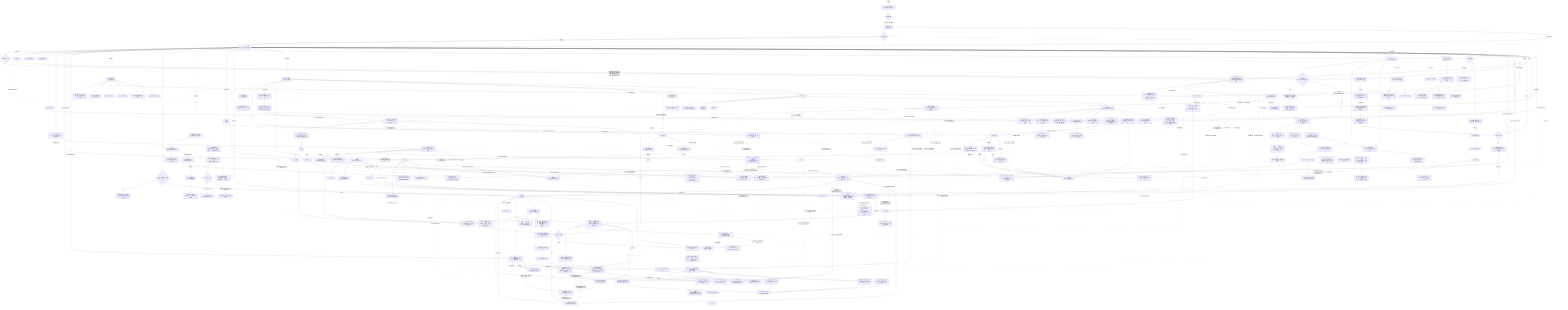
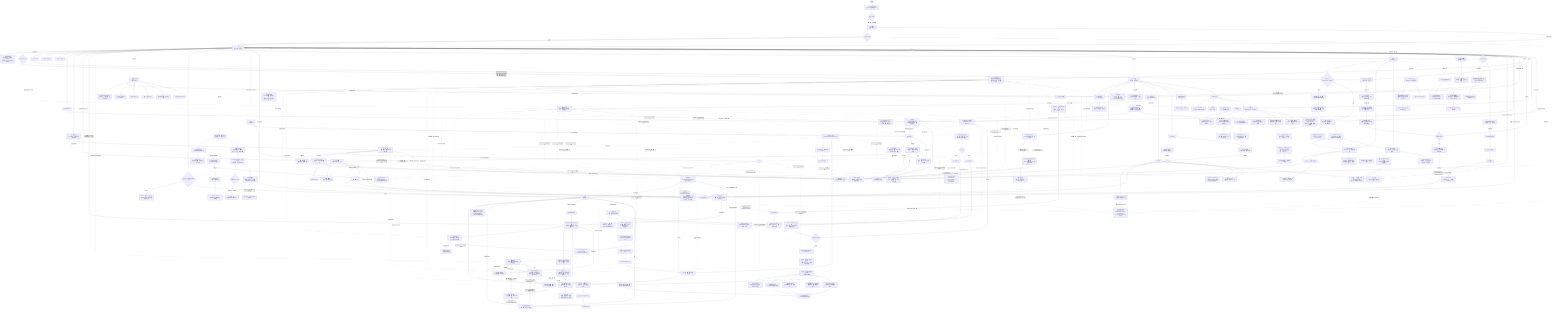
flowchart TD
+     %% Visual source of truth: docs/design/WeatherON_UI_Design_Spec.md
+     %% If this flowchart conflicts with mockups or the integrated design spec, follow the mockup/spec.
    A([앱 실행]) --> LANG["기기 언어 자동 적용<br/>ko/ja/en 지원 · 미지원 시 en"]
    LANG --> B{최초 실행 여부}
    B -->|최초 실행| SPLASH["A1 스플래시<br/>브랜드 1회 노출"]
    SPLASH --> TOKEN{유효 계정 토큰?}
    TOKEN -->|없음| D["홈<br/>(Guest 모드 · 하단 탭)"]
    TOKEN -->|있음| D
    TOKEN -.->|계정·권한·구독 복원| SESSION["SESSION STATE<br/>accountLinked · permissionReady · locationReady · premiumActive"]
    TOKEN -.->|설정 복원| SETTINGS["SETTINGS STATE<br/>styleProfileSaved · selectedStyles · fit · age · locationManaged<br/>smartCareEnabled · alert toggles"]
    SPLASH -->|프리뷰 홈 이동| D
+     D --> NAV3["현재 런치 표면<br/>하단 탭 H1 홈 · G1 출발 · M1 MY<br/>확장 라우트는 구현 보존 · 런치 숨김"]
    D --> AUTHGATE{계정 필요 기능 탭?}
    AUTHGATE -->|계정 연결·코디 저장·옷장 저장·장소 저장·알림 추가·여행 저장·프리미엄·Weather Note 작성·날씨 제보 저장| AUTH2["A2 계정 연결<br/>계정 환경 기반 자동추천<br/>국가 선택 미노출 · 다른 방법 보기"]
    AUTH2 --> AUTH2s["계정 연결 상태<br/>(Route State에 호출 액션 유지<br/>검증용 정보는 실제 UI 비노출)"]
    AUTH2 -->|로그인 수단 선택| AUTH3["A3 약관 동의<br/>(필수 3종 + 선택 1종)"]
    AUTH2 -->|나중에| D
    AUTH3 -->|동의하고 계속| AUTH3s["계정 설정 완료<br/>(필수 약관 완료 · 원래 기능 복귀 예정)"]
    AUTH3 -->|일반 계정 연결 완료| D
    AUTH3s -.->|accountLinked 유지| SESSION
    AUTH3s -.->|실제 구현 원래 액션 복귀| AUTHGATE
    AUTH3s -.->|pendingAction=프리미엄 진입| SUB
    AUTH3s -.->|returnTo=P1 · resumeSave| P1s
    D -->|선택 온보딩| C[온보딩 시작]
    C --> CSTART["O1 선택 온보딩 스플래시<br/>(온보딩 시작 / 홈으로)"]
    CSTART -->|온보딩 시작| C0["온보딩 소개<br/>(4대 기능 한눈 비교 + 기능별 상세 안내)"]
    CSTART -->|홈으로| D
    C0 -->|알림 기준 보기| C4
    C2["O3 권한 복구<br/>(설정 진입 시 필요한 권한만 재요청)"]
    C2 -->|허용 또는 나중에 설정| C2s
    C2 -->|위치 거부| C1d["위치 거부 상태<br/>검색 위치·앱 내 안내 유지"]
    C2 -->|알림 거부| C2d["알림 거부 상태<br/>푸시 제한 · M2/M3에서 재요청"]
    C2s -.->|locationReady · permissionReady 유지| SESSION
    C2s -.->|기능별 권한 복구 완료| AUTH3s
    C3["스타일 태그·코디 핏·추천 연령대 선택<br/>(MVP 온보딩 제외 · MY 설정 진입 전용)"]
    C3 --> C3s["추천 기준 상태<br/>(태그 수 · 핏 · 연령대 · READY/WAIT)"]
    C3s -.->|styleProfileSaved · selectedStyles · fit · age| SETTINGS
    C4["O5 스마트 알림 기준 설정<br/>(주 사용 상황 1개 선택 + 자동 적용 요약)"]
    C4 --> C4s["알아서 챙기기 상태<br/>(상황 · 필수 날씨 ON · 목적지 확장 예정)"]
    C4s --> C5{목적지 등록 선택}
    C5 -->|건너뛰기| D
    C5 -->|등록| C6["O6 목적지 등록<br/>(선택 설정 + 목적지 알림 기준 세분화)"]
    C6 -->|목적지 등록| I
    B -->|기존 사용자| SPLASH

    D --> D1[현재 날씨 정보 표시]
    D --> D2["시간별 / 주간 예보"]
    D --> D3[위치 검색 · 변경]
    D3 --> D3s["LOCATION STATE<br/>선택 위치 · 검색어 · Guest 임시 검색 · 계정 저장 상태"]
    D3s -.->|새 위치 저장| AUTH2
    AUTH3s -.->|returnTo=H2 · 위치 저장 완료| D3s
    D3s --> D
    D --> D0s["홈 상태 요약<br/>(Guest 열람 · 위치 정상 · 알림 설정 전)"]
    D0s -->|알림 설정 전 탭| C2
    D -->|홈 코디 추천 카드 탭| E1
-     D -->|홈 AI 장소 추천 카드 탭| P3
+     D -->|홈 목적지 quick-action<br/>목적지 있음 G2 · 없음 P1| P1
+     D -.->|목적지 허브 확장 · 런치 숨김| P3
    D -.->|벨 아이콘| K["알림 사이드바<br/>(우측 슬라이드)"]
    K --> Ks["NOTIFICATION STATE<br/>선택 알림 · 읽음/미읽음 · 딥링크 대상"]
    K -->|우산 추천 알림 탭| F

    D --> D4{강수 확률 높음?}
    D4 -->|예 + 미확인| D5["홈 화면에 우산 추천 카드 표시<br/>(실시간 의사결정 카드)"]
    D5 --> D5a["우산 추천 푸시/알림 이력<br/>(H3에 보관)"]
    D5 -->|카드 탭 · umbrellaSignalReviewed| F[우산 추천 상세 화면]
    F --> F1["추천 이유 · 시간대별 강수확률<br/>(강수량 · 지속시간 · 풍속 기준)"]
    F1 --> F2[우산 종류 비교]
    F2 --> Fs["UMBRELLA STATE<br/>추천 우산 · 강수 시간 · 알림 설정 전/준비"]
    F2 -.->|알림 설정 바로가기<br/>returnTo=H4 · alertFocus=umbrella| M2b
    M2b -.->|뒤로 · 알림 준비 반영| F2
    F -.->|열람 후 홈 복귀| D5b["홈 우산 카드는 숨김<br/>H3 알림 이력은 유지"]
    D5b --> D
    D4 -->|아니오| D

    D4 -->|예| D4a["강수 임박 필수 알림 발송<br/>(시작 시각 · 강도 · 그칠 시각)"]
    D4a -->|푸시알림 탭| D4b[강수 타임라인 화면]
    D4b --> D4c["30분 단위 강수량 차트"]
    D4c --> D4d[외출 가이드]
    D4d --> D4s["RAIN STATE<br/>시작/종료 시각 · 그침 알림 ON/OFF"]
    D4d -.->|알림 설정 바로가기<br/>returnTo=H5 · alertFocus=rain| M2c
    M2c -.->|뒤로 · 그침 알림 준비 반영| D4d

    D --> D6{알림 발송 시 목적지 등록 여부}
    D6 -->|미등록| D6a["Mode A: 생활 루틴 통합 알림<br/>(출근/외출 준비 + 자기 전 체크 자동 발송)"]
    D6 -->|등록함| I

    K --> K1["오늘의 외출 준비 알림<br/>(Mode A/B)"]
    K --> K2[비 예보 사전 알림]
    K --> K3["출발 · 신발 추천 알림"]
    K --> K4["자기 전 내일 날씨·코디 확인 알림"]
    K --> K5["폭염·한파·강풍 특보 알림"]

    D -.->|제보 버튼| CWR["커뮤니티 날씨 제보 CWR<br/>(홈 화면 · v2.0 · 독립 기능)"]
    CWR --> W1["W1 날씨 제보 홈<br/>(주변 제보 카드 · 보조 CTA)"]
    W1 --> W1s["CWR STATE<br/>미확정 주변 제보 · 상세 확인 · W2 진입"]
    W1 -->|지금 날씨 제보하기| W2["W2 탭 제보 화면<br/>(날씨 선택 · GPS 자동)"]
    W2 --> W2s["REPORT STATE<br/>선택 대기 · 위치 권한 · Guest/계정 제보 · 완료 처리"]
    W2s -.->|위치 권한 필요 · pendingAction=날씨 제보 저장| C2
    W2s -.->|배지/이력 저장| AUTH2
    C2s -.->|returnTo=W2 · GPS 제보 준비| W2s
    AUTH3s -.->|returnTo=W2 · 배지/이력 반영| W2s
    W2 -->|제보하기| W3["W3 제보 완료<br/>(신뢰도 · 배지 갱신)"]
    W3 --> W3s["BADGE STATE<br/>확정 제보 · 홈 오버레이 · 기여 레벨"]
    M --> W4["W4 제보 이력<br/>(MY · 반영 리포트)"]
    W4 --> W4s["HISTORY STATE<br/>제보 기록 · 확정률 · 지역 랭킹"]
    CWR --> CWR1["현재 날씨 선택<br/>☀ 맑음 · ⛅ 흐림 · 🌧 비 · 🌨 눈 · 💨 강풍 · 🌩 천둥번개"]
    CWR1 --> CWR2["GPS 위치 자동 감지 → 제보 완료<br/>(3초 이내 · 자동 만료 60분)"]
    CWR2 --> CWR3{신뢰도 검증 알고리즘}
    CWR3 -->|반경 500m · 3건 미만| CWR4["소프트 표시<br/>'주변 N명이 날씨 제보 중 👀'"]
    CWR3 -->|반경 500m · 3건 이상 + 기상청 정합| CWR5["확정 제보 → 홈 화면 오버레이 표시"]
    CWR2 --> CWR6["기여 배지 업데이트<br/>(새싹 → 관측자 → 리포터 → 동네 관측왕 → 날씨 도우미)"]

-     D -->|하단 코디 탭| E["코디<br/>(하단 탭)"]
+     D -.->|코디 보조 흐름 · 런치 숨김| E["코디<br/>(확장 화면)"]
    E -->|내 옷장 관리 탭| E0[내 옷장 관리]
    E0 --> E0s["옷장 상태<br/>(아이템 수 · 필터 · Guest/계정 저장 상태 · 옷 추가)"]
    E0s -->|추천으로 복귀| E1
    E0 -->|+ 옷 등록| E0a["옷 등록<br/>(사진 · 카테고리 필수)"]
    E0 -.->|Guest 옷 추가·수정| AUTH2
    E0a --> E0a1["등록 상태<br/>(사진 선택 · 카테고리 · Guest/계정 저장 상태 · 저장 가능/대기)"]
    E0a1 -.->|Guest 옷 저장| AUTH2
    AUTH3s -.->|returnTo=C3 · 옷 저장 완료| E0a1
    E0a1 -->|저장 완료 후 옷장 복귀| E0
    E0 -->|아이템 탭| E0b["옷 목록 · 수정 · 삭제<br/>(수정은 C3 패턴 · 삭제 후 재계산)"]
    E0b -->|수정| E0a
    E0b -->|삭제| E0c
    E0 -->|등록 옷 없음| E0c["옷장 빈 상태<br/>(첫 옷 등록 CTA + 기본 룰 추천 안내)"]
    E0c --> E0a
    E --> E1["AI 코디 추천<br/>(날씨 근거형 Style Card)"]
    E1 --> E1s["추천 기준 상태<br/>(옷장 매칭 · 스타일 기준 · 저장 계정 필요)"]
    E1s -->|기준 수정 · returnTo=C1| C3
    C3 -.->|returnTo=C1 · styleProfileSaved| E1s
    E1s -.->|저장 계정 필요| AUTH2
    AUTH3s -.->|returnTo=C1 · 코디 저장 완료| E1s
    E1 --> E1a[추천 이유 설명]
    E1 --> E1b["대화형 재추천<br/>(채팅으로 스타일 요청)"]
    E1 -->|셔플 · outfitVariant 토글| E1s
    E1s -->|홈 복귀 · outfitVariant 유지| D
    E1 -->|코디 카드·상세 보기 탭| E2[코디 상세 보기]
    E2 -->|뒤로| E1
    E2 --> E2s["상세 상태<br/>(실제 의류 Outfit Hero · 시간대 착용 판단 · 재추천 반영 · 저장 전 · 공유 준비)"]
    E2s -->|C1 복귀 · outfitVariant 전달| E1
    E2s -->|홈 복귀 · outfitVariant 유지| D
    E2s -.->|저장 계정 필요| AUTH2
    E2 --> E3[코디 저장 / 공유]
    E3 -.->|계정 미연결 시 저장 탭| AUTH2
    AUTH3s -.->|returnTo=C4 · 코디 저장 완료| E2s

    D -->|하단 출발 탭| I["출발<br/>(하단 탭)"]
    I --> I0["오늘 알아서 챙기는 중<br/>(저장 목적지 요약 + 출발/신발/우산)"]
+     I --> I0e["목적지 없음 empty state<br/>목적지 추가 CTA + 출발 시간 · 비 그침 이점 카드<br/>장식은 낮은 대비로 보조"]
    I0 --> I0s["출발 상태<br/>(목적지 수 · 케어 ON 수 · 케어 적용 범위 · G2/P1 연결)"]
    I -->|목적지 카드 탭| G2["G2 목적지 알림 상세<br/>(날씨 비교 + 출발시간 역산)"]
    G2 -->|뒤로| I
    G2 --> G2s["케어 상태<br/>(GUEST/PERM/READY/ON + 다음 알림 요약)"]
    G2s -->|G1 목록으로| I
    G2s -->|알림 설정<br/>returnTo=G2 · alertFocus=destination| M2b
    G2s -.->|Guest 케어 ON · returnTo=G2| AUTH2
    G2s -.->|알림 권한 확인 · returnTo=G2| C2
    AUTH3s -.->|returnTo=G2 · destination 유지| G2s
    C2s -.->|returnTo=G2 · resumeCare| G2s
    M2b -.->|뒤로 · 목적지 컨텍스트 유지| G2s
    G2s -->|ON 저장| I4
    G2s -.->|공유 케어 상태 반영| I0
    I -->|검색창·+ 목적지 추가| I1[목적지 검색 · 추가]
    I1 --> P1["목적지 입력 · 카테고리 자동 인식<br/>(회사/학교/공항/숙소 + 장소 카테고리)"]
    P1 --> P1s["추가 상태<br/>(검색 결과 수 · 선택됨 · Guest/계정 저장 상태)"]
    P1s -->|검색 결과 없음| P1e["검색 없음 상태<br/>(전체 보기 · 재검색)"]
    P1s -.->|Guest 영구 저장| AUTH2
    P1s -->|계정 연결 후 목적지 알림에 추가| P1save["Saved Destination List<br/>(G1/P3 공통 목록 + Destination Care State ON)"]
    P1save --> I
    P1save -.-> P3
    P1 --> I2["출발지 vs 목적지 날씨 비교<br/>(기온 · 날씨 · 바람 · 강수 차이)"]
    I2 --> I3["출발시간 역산<br/>(이동수단 선택 + 도착 희망 직접 입력 − 소요시간 − 자동 여유시간)"]
    I3 --> I4["Mode B: 목적지 알림<br/>(출발 · 신발 · 우산 알림 자동 조정)"]
    I4 --> I5["출발 10분 전 신발 추천 알림"]
    I5 --> I6[출발 시각 알림]
    P1 --> P2["카테고리 전용 준비 가이드<br/>(등록 목적지 기반 확장)"]
    P2 --> P2s["준비 가이드 상태<br/>(등록 목적지 기준 · G2/P3 연결)"]
    P2s -->|목적지 알림 보기 · selectedDestination 유지| G2
    P2s -->|다른 목적지 보기 · 필터 목록 복귀| P3
-     I --> P3["목적지 필터<br/>(카테고리별 목적지 알림/준비 가이드)"]
+     I -.->|런치 숨김 · 확장 허브| P3["목적지 필터<br/>(카테고리별 목적지 알림/준비 가이드)"]
    P3 -->|필터 결과 없음| P3e["빈 카테고리 상태<br/>(목적지 추가 · 전체 보기)"]
    P3e -->|목적지 추가| P1
    P3e -->|전체 보기| P3
    P3 -->|목적지 카드 탭| P3a["목적지 상세 상태<br/>(날씨 비교 + 준비 가이드 + 계정/권한 gate + 목적지 알림 ON/OFF)"]
    P3a -->|선택 목적지·상태 유지해 준비 가이드 보기| P2
    P3a -->|선택 목적지·상태 유지해 출발 케어 상세| G2
    P3a -.->|Guest 케어 저장| AUTH2
    P3a -.->|알림 권한 확인| C2
    AUTH3s -.->|returnTo=P3 · 선택 목적지 유지| P3a
    C2s -.->|returnTo=P3 · 권한 상태 반영| P3a
    P3a -->|뒤로| P3
    P3a -->|ON 저장| I4
    P3a -.->|공유 케어 상태 반영| I0

-     I --> I7["G3 여행 일정<br/>(출발 탭 내 · 여행 플래너)"]
+     I -.->|런치 숨김 · 확장| I7["G3 여행 일정<br/>(출발 탭 내 · 여행 플래너)"]
    I7 --> I7s["여행 플래너 상태<br/>(프리미엄 활성 · 공유 준비 · 미구독 시 G6)"]
    I7s -.->|미구독 CTA · returnTo=G3| SUB
    SUB -.->|returnTo=G3 · 공유/일정 액션 계속| I7s
    I7 --> I7s1["Scenario 1 · 일상 이동<br/>대중교통 + 도보 혼합 → Mode A/B 알아서 챙기기"]
    I7 --> I7s2["Scenario 2 · 당일·단기 도보<br/>코스 날씨 타임라인 + WCI + 최적 출발 시점<br/>(무료 제공)"]
    I7 --> I7s3["Scenario 3 · 장거리 국토종주<br/>서울→부산, 도쿄→오사카 등<br/>(프리미엄 전용)"]

    I7s2 --> G4C["G4 도보여행 코스 선택<br/>(한국 코스 DB : 올레길·둘레길 등)"]
    G4C --> G4T["구간별 시간대 날씨 타임라인 (F2)"]
    G4T --> G4W["도보 컨디션 지수 WCI (F3)"]
    G4W --> G4O["날씨 창 + 최적 출발 시점 추천 (F4)"]
    G4O --> G4S["COURSE STATE<br/>(GUEST/PERM/READY/LIMIT/ON)"]
    G4S -.->|Guest 코스 저장| AUTH2
    G4S -.->|알림 권한 확인| C2
    G4S -.->|무료 2개 초과| SUB
    AUTH3s -.->|returnTo=G4 · 선택 코스 유지| G4S
    C2s -.->|returnTo=G4 · 권한 상태 반영| G4S
    SUB -.->|returnTo=G4 · 프리미엄 활성| G4S
    G4S --> G4M["코스 저장 + D-7 날씨 모니터링 (F5)"]
    G4M -.-> G4R["위험 기상 경보 (F6)"]

    I7s3 --> AI_GATE{프리미엄 구독 여부}
    AI_GATE -->|미구독| SUB["G6 프리미엄 구독 페이월<br/>월간 ₩2,900 / 연간 ₩19,900"]
    SUB --> SUB1["깊이 분리 모델 안내<br/>(기능 동일 · 무료=기본 · 프리미엄=한도 확대+개인화)"]
    SUB1 --> SUB2{구독 선택}
    SUB2 -->|월간| SUB3[월간 결제 완료]
    SUB2 -->|연간| SUB4[연간 결제 완료]
    SUB3 -.->|premiumActive 유지| SESSION
    SUB4 -.->|premiumActive 유지| SESSION
    SUB3 --> I7s3
    SUB4 --> I7s3

    AI_GATE -->|구독 중| AI1["G5 국토종주 AI 플래너 (F8 · Premium)"]
    AI1 --> AI2["출발지 → 목적지 + 여행 일수 입력<br/>(서울→부산, 도쿄→오사카 등 자유 설정)"]
    AI2 --> AI3["AI 모델 — 구간별·일자별 날씨 분석<br/>(최대 14일 예보)"]
    AI3 --> AI3s["AI PLAN STATE<br/>(프리미엄 활성 · 알림 권한 · 저장/공유 상태)"]
    AI3 --> AI4["날짜별 날씨 요약<br/>기온·강수확률·체감온도·바람"]
    AI3 --> AI5["일자별 코디 추천<br/>기온 레이어링 + 우산 필요 여부"]
    AI3 --> AI6["전체 짐 체크리스트 자동 생성<br/>방수 장비·옷 조합·보조 배터리 등"]
    AI3 --> AI7["날씨 악화 구간 경보<br/>일정 조정 또는 대피 숙박지 제안"]
    AI3 --> AI8["예보 업데이트 시 재분석 알림<br/>(여정 중 기상 변화 즉시 반영)"]
    AI8 -.->|권한 전 · returnTo=G5| C2
    C2s -.->|returnTo=G5 · AI 플랜 알림/저장 계속| AI1
    AI4 & AI5 & AI6 & AI7 & AI8 --> AI9["AI 플랜 저장 · 공유<br/>(SAVED/SHARED 상태)"]

    D -->|하단 MY 탭| M["M1 MY 메인<br/>(하단 탭 · 설정 허브)"]
-     D -->|하단 소셜 탭| S["소셜<br/>(하단 탭 · ON Square)"]
+     D -.->|소셜 확장 · 런치 숨김| S["소셜<br/>(ON Square)"]
    M --> M0["PROFILE STATE<br/>Guest/계정 연결 · 플랜 · 최근 선택"]
+     M --> MTONE["MY 상태 톤<br/>blocking=확인 · non-blocking=설정/정보<br/>Gold는 ON/활성/CTA 중심"]
    M0 -.->|Guest 계정 필요 액션| AUTH2
    M0 -->|스타일 태그 설정 · returnTo=M1| C3
    C3 -.->|returnTo=M1 · styleProfileSaved| M0
    M -->|프로필 편집| A4m["A4 계정 관리<br/>(연결 계정 · 데이터 · 위험 액션)"]
    A4m --> A4s["ACCOUNT STATE<br/>연결 계정 · 구독 활성 · 데이터 내보내기 · 위험 액션 확인"]
    A4s -->|구독 관리 · returnTo=A4| SUB
    A4s -->|로그아웃/탈퇴 확정| SIGNOUT["SESSION STATE 해제<br/>accountLinked=false · premiumActive=false<br/>계정 기반 저장/케어 데이터 초기화"]
    SIGNOUT -->|Guest 홈 복귀| D
    M --> M2[알림 설정]
    M2 --> M2a["스마트 알림 ON/OFF<br/>(권한 · 발송 상태 태그 2개)"]
    M2 --> M2q["빠른 액션<br/>(권한 관리 · 테스트 알림)"]
    M2 --> M2b["알림 종류 3행<br/>(필수 날씨 · 생활 루틴 · 목적지 출발)"]
    M2 --> M2c["고급 설정<br/>(세부 토글 · 피로도 제한 접힘)"]
    M2a & M2b & M2c -.->|스마트 알림/고급 토글 유지| SETTINGS
    M2 --> M2x["SHORTCUT CONTEXT<br/>(H4/H5/G2 진입 시 우산·비·목적지 알림 맥락 표시)"]
    M2q -->|권한 관리 · returnTo=M2| C2
    C2s -.->|returnTo=M2 · 알림 설정 복귀| M2q
    M2b -->|목적지 미등록| P1
    M2b -.->|목적지 저장/발송은 계정 필요| AUTH2
    AUTH3s -.->|returnTo=M2 · 알림 설정 복귀| M2b
    M --> M4["앱 권한 관리"]
    M4 --> M4a["위치 권한 상태<br/>(현재 위치 · 수동 위치)"]
    M4 --> M4b["알림 권한 상태<br/>(스마트 알림 · 테스트 알림)"]
    M4a -->|위치 변경| H2
    M4b -->|알림 설정| M2
    SUB -.->|returnTo=M1/A4 · premiumActive| M0
    M2 --> M2e["제보 알림 구독<br/>(저장 장소 · Premium · v2.0)"]
    M --> M5["커뮤니티 제보 이력<br/>(F6 · v2.1)"]
    M5 --> M5a["제보 기록 · 확정률 · 지역 랭킹"]
    M --> Z["M3 표시 설정"]
    Z --> Zs["DISPLAY STATE<br/>온도 · 거리 · 테마 · 투명 효과"]
    Z --> Z1["단위 설정<br/>(섭씨, m/km)"]
    Z --> Z3[테마 설정]
    Z --> R1["R1 정책 허브<br/>(개인정보 · 약관 · 광고 설정)"]
    R1 --> R1s["POLICY STATE<br/>선택 정책 · 문서 허브 · 설정 재진입"]
    R1 --> R2["R2 개인정보처리방침<br/>(광고 SDK · 위치정보 · 이용자 권리)"]
    R2 --> R2s["DOCUMENT STATE<br/>문서 타입 · 섹션 수 · A3 약관 동일 본문"]
    R1 --> R3["R3 광고 동의 관리<br/>(UMP · 맞춤/비개인화 광고)"]
    R3 --> R3s["CONSENT STATE<br/>동의 대기 · 맞춤 광고 · 비개인화 · 옵션 확인"]
    R1 --> R5["R5 이용약관<br/>(서비스 범위 · 회원/게스트 · 면책)"]
    R1 --> R6["R6 위치기반서비스 이용약관<br/>(현재 위치 · 목적지 · 동의 철회)"]
    R1 --> R7["R7 오픈소스 라이선스<br/>(SDK · 패키지 라이선스 고지)"]
    D --> R4["R4 홈 광고 배치<br/>(네이티브 AD 슬롯)"]
    R4 --> R4s["AD STATE<br/>AD 라벨 · 구분선 · 클릭/노출 상태"]

-     %% ── 소셜 탭 · ON Square ──────────────────────────────────────────────────
+     %% ── 소셜 확장 · ON Square (런치 숨김) ─────────────────────────────────────
    S --> S0{최초 진입?<br/>ON Square Lite · 런칭 동시}
    S0 -->|최초| S0a["대표 마스코트 자동 부여<br/>원소 컴패니언 6종 미리보기"]
    S0a --> S0s["ON SQUARE STATE<br/>최초 진입 · 대표 부여 · 선택 컴패니언 미리보기"]
    S0s --> S1
    S0 -->|기존| S1["내 ON Square<br/>(오늘 미션 · 대표 마스코트 · 동행 컴패니언)"]
    S1 --> S1q["오늘의 날씨 미션<br/>체크인 · 제보 · 공감 중 1개 추천"]
    S1 --> S1m["대표 마스코트 상태 합성<br/>Base Idle + Weather + Event One-shot"]
    S1q --> S1a["1탭 체크인 → 컴패니언 반응 · XP/포인트 즉시 반영<br/>(폭우 → Rain / 35°C↑ → Solar 등)"]
    S1 --> S1s["SQUARE STATE<br/>오늘 미션 · 체크인 · 동네 도움 지표 · Note/리액션 진입"]
    S1a --> S1b["희귀 기상 이벤트 → 레어 배지 드랍"]

    S --> S2["Weather Note 지도<br/>(ON Square 도시 맵 위 실황 핀)"]
    S1s --> S2
    S2 --> S2a["핀 작성 — 날씨 + 로컬 메모 입력<br/>(GPS 위치 자동 태그 · 24시간 후 만료)"]
    S2a -.->|Guest 작성 탭| AUTH2
    S2a -.->|위치 권한 필요| C2
    AUTH3s -.->|returnTo=S2 · 작성 준비 완료| S2a
    C2s -.->|returnTo=S2 · 위치 제보 준비| S2a
    S2 --> S2b["핀 읽기 → '도움됨' 1탭 반응"]
    S2 --> S2s["NOTE STATE<br/>읽기 가능 · 작성 계정 필요 · 위치 제보 권한 필요 · 도움 지수"]
    S2b --> S2c["도움됨 누적 → 지역 도움 지수 상승 · 포인트 피드백"]
    S2 -.-> S2d["CWR(커뮤니티 날씨 제보)와 연계"]

    S --> S3["날씨 리액션<br/>(익명 연대 · 동일 날씨 유저 대상)"]
    S1s --> S3
    S3 --> S3a["현재 날씨 기반 리액션 자동 생성<br/>(폭우 '다들 고생중' / 폭염 '더위 연대' 등)"]
    S3a --> S3b["1탭 공감 → 익명 집계 + 컴패니언 보상 피드백<br/>'이 도시 N명이 같은 날씨 중'"]
    S3 --> S3s["REACTION STATE<br/>도시 선택 · 공감 전/완료 · 익명 동행 · 보상 반영"]

    S -.->|출시 후 v1.1| S4["Weather Mail<br/>(날씨 조건 트리거 타임캡슐)"]
    S4 --> S4a["메일 작성 + 수신 조건 설정<br/>(예: '다음 폭설 날 도착' / '1년 후 오늘')"]
    S4a --> S4b["날씨 API 트리거 → 조건 충족 시 자동 발송"]
    S4 --> S4c["받은 Weather Mail 보관함"]

    S -.->|출시 후 v1.1| S5["CP 적립 현황 / 아이템샵"]
    S5 --> S5a["CP 잔액 · 적립 내역<br/>(날씨 체크인 · Weather Note · 리액션 기여)"]
    S5 --> S5b["코스메틱 아이템샵<br/>(캐릭터 스킨 · 배지 · 이모트 · Pay-to-Win 없음)"]
    S5b --> S5c["CP 사용 또는 무료 획득 아이템 선택"]
